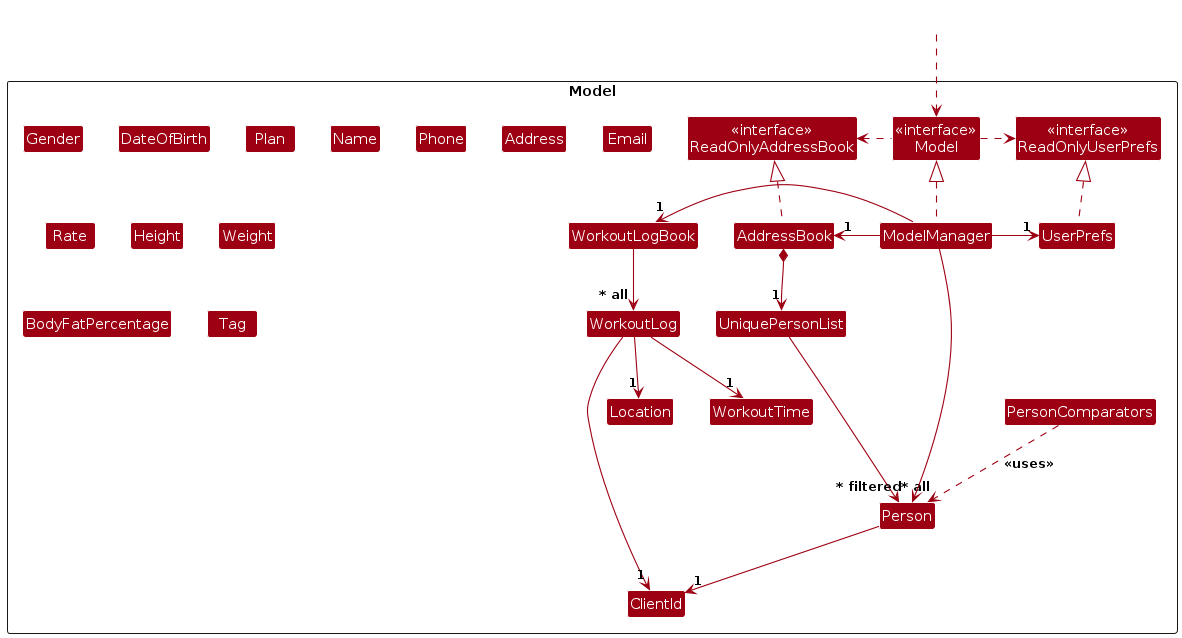
Before: diagrams/ModelClassDiagram.png, a diagram exported from PlantUML (prickloll/tp). Its source is kept beside it as diagrams/ModelClassDiagram.puml.
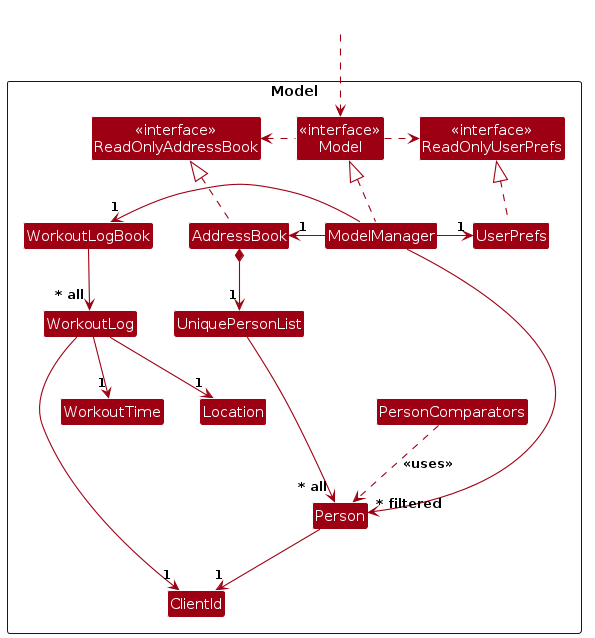
The same file after the commit.

The edit, as a diff of the source:
```diff
@@ -16,22 +16,10 @@
 Class UniquePersonList
 Class WorkoutLog
 Class WorkoutTime
+Class Location
 Class Person
 Class PersonComparators
 Class ClientId
-Class Gender
-Class DateOfBirth
-Class Address
-Class Email
-Class Name
-Class Phone
-Class Location
-Class Plan
-Class Rate
-Class Height
-Class Weight
-Class BodyFatPercentage
-Class Tag
 
 Class I #FFFFFF
 }
@@ -62,9 +50,5 @@
 Person -[hidden]up--> I
 UniquePersonList -[hidden]right-> I
 
-Name -[hidden]right-> Phone
-Phone -[hidden]right-> Address
-Address -[hidden]right-> Email
-
 ModelManager --> "~* filtered" Person
 @enduml
```
